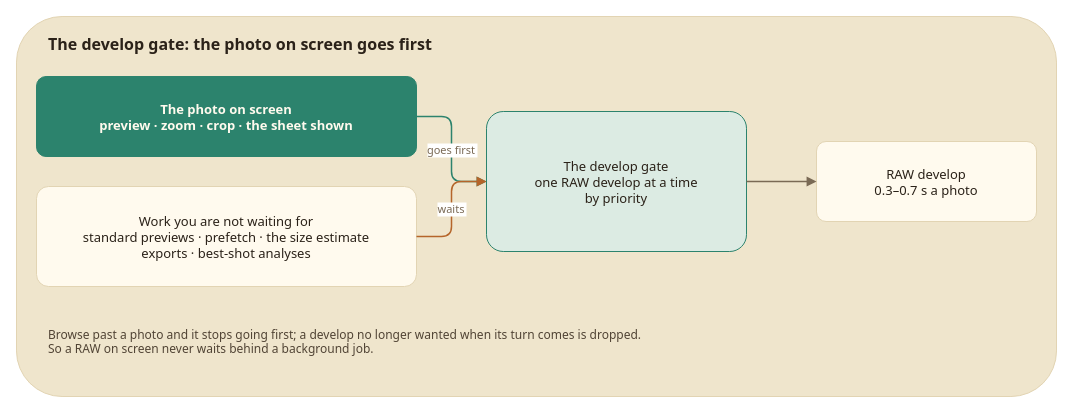
Earlier version of the draw.io diagram page "EN" (1 of 9) of docs/diagrams/develop-gate.drawio (hoangphi01/fotollection). Source tidied: cells renumbered, new cells numbered last; positions are measured from the earlier drawing's top-left corner, leaving out a move shared by most shapes. Both pictures are drawn from the tidied source at 100%, with x=0, y=0 at pixel (16, 16).
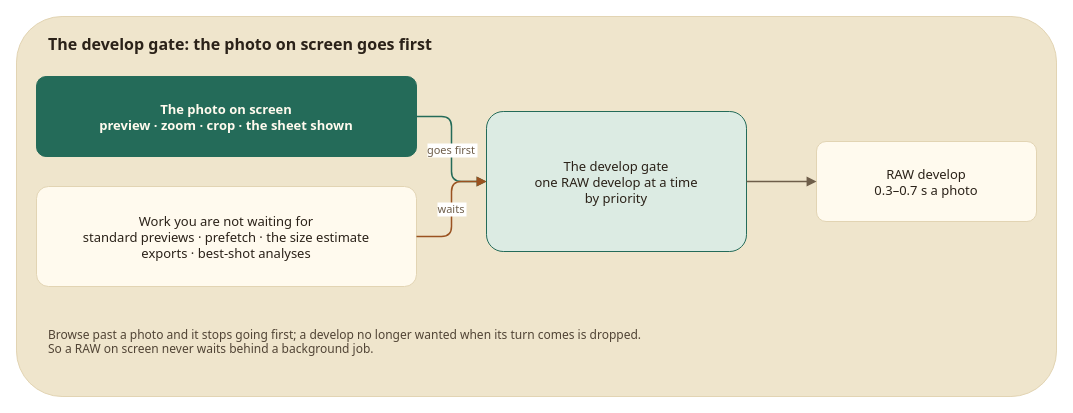
The same page after the edit.

The edit, as a diff of the source:
```diff
@@
 <mxGraphModel>
   <root>
     <mxCell id="0" />
     <mxCell id="1" parent="0" />
     <mxCell id="2" style="rounded=1;arcSize=12;whiteSpace=nowrap;html=0;fillColor=#efe5cc;strokeColor=#e2d4b3;fontColor=#2b2219;fontSize=13;fontFamily=system-ui,-apple-system,Segoe UI,sans-serif;align=center;verticalAlign=middle;spacingLeft=10;spacingRight=10;" parent="1" vertex="1">
       <mxGeometry width="1040" height="380" as="geometry" />
     </mxCell>
     <mxCell id="3" value="The develop gate: the photo on screen goes first" style="rounded=1;arcSize=12;whiteSpace=nowrap;html=0;fillColor=none;strokeColor=none;fontColor=#2b2219;fontSize=16;fontFamily=system-ui,-apple-system,Segoe UI,sans-serif;align=left;verticalAlign=middle;spacingLeft=10;spacingRight=10;fontStyle=1;" parent="1" vertex="1">
       <mxGeometry x="20" y="12" width="1000" height="30" as="geometry" />
     </mxCell>
-    <mxCell id="4" value="The photo on screen&#10;preview · zoom · crop · the sheet shown" style="rounded=1;arcSize=12;whiteSpace=nowrap;html=0;fillColor=#2c836d;strokeColor=#2c836d;fontColor=#fffaee;fontSize=13;fontFamily=system-ui,-apple-system,Segoe UI,sans-serif;align=center;verticalAlign=middle;spacingLeft=10;spacingRight=10;fontStyle=1;" parent="1" vertex="1">
+    <mxCell id="4" value="The photo on screen&#10;preview · zoom · crop · the sheet shown" style="rounded=1;arcSize=12;whiteSpace=nowrap;html=0;fillColor=#246b59;strokeColor=#246b59;fontColor=#fffaee;fontSize=13;fontFamily=system-ui,-apple-system,Segoe UI,sans-serif;align=center;verticalAlign=middle;spacingLeft=10;spacingRight=10;fontStyle=1;" parent="1" vertex="1">
       <mxGeometry x="20" y="60" width="380" height="80" as="geometry" />
     </mxCell>
     <mxCell id="5" value="Work you are not waiting for&#10;standard previews · prefetch · the size estimate&#10;exports · best-shot analyses" style="rounded=1;arcSize=12;whiteSpace=nowrap;html=0;fillColor=#fffaee;strokeColor=#e2d4b3;fontColor=#2b2219;fontSize=13;fontFamily=system-ui,-apple-system,Segoe UI,sans-serif;align=center;verticalAlign=middle;spacingLeft=10;spacingRight=10;" parent="1" vertex="1">
       <mxGeometry x="20" y="170" width="380" height="100" as="geometry" />
     </mxCell>
-    <mxCell id="6" value="The develop gate&#10;one RAW develop at a time&#10;by priority" style="rounded=1;arcSize=12;whiteSpace=nowrap;html=0;fillColor=#dcebe3;strokeColor=#2c836d;fontColor=#2b2219;fontSize=13;fontFamily=system-ui,-apple-system,Segoe UI,sans-serif;align=center;verticalAlign=middle;spacingLeft=10;spacingRight=10;" parent="1" vertex="1">
+    <mxCell id="6" value="The develop gate&#10;one RAW develop at a time&#10;by priority" style="rounded=1;arcSize=12;whiteSpace=nowrap;html=0;fillColor=#dcebe3;strokeColor=#246b59;fontColor=#2b2219;fontSize=13;fontFamily=system-ui,-apple-system,Segoe UI,sans-serif;align=center;verticalAlign=middle;spacingLeft=10;spacingRight=10;" parent="1" vertex="1">
       <mxGeometry x="470" y="95" width="260" height="140" as="geometry" />
     </mxCell>
     <mxCell id="7" value="RAW develop&#10;0.3–0.7 s a photo" style="rounded=1;arcSize=12;whiteSpace=nowrap;html=0;fillColor=#fffaee;strokeColor=#e2d4b3;fontColor=#2b2219;fontSize=13;fontFamily=system-ui,-apple-system,Segoe UI,sans-serif;align=center;verticalAlign=middle;spacingLeft=10;spacingRight=10;" parent="1" vertex="1">
       <mxGeometry x="800" y="125" width="220" height="80" as="geometry" />
     </mxCell>
-    <mxCell id="8" value="goes first" style="edgeStyle=orthogonalEdgeStyle;rounded=1;html=0;endArrow=block;endFill=1;strokeColor=#2c836d;strokeWidth=1.5;fontColor=#7a6a55;fontSize=11;fontFamily=system-ui,-apple-system,Segoe UI,sans-serif;" parent="1" edge="1" source="4" target="6">
+    <mxCell id="8" value="goes first" style="edgeStyle=orthogonalEdgeStyle;rounded=1;html=0;endArrow=block;endFill=1;strokeColor=#246b59;strokeWidth=1.5;fontColor=#6e5e4a;fontSize=11;fontFamily=system-ui,-apple-system,Segoe UI,sans-serif;" parent="1" edge="1" source="4" target="6">
       <mxGeometry relative="1" as="geometry" />
     </mxCell>
-    <mxCell id="9" value="waits" style="edgeStyle=orthogonalEdgeStyle;rounded=1;html=0;endArrow=block;endFill=1;strokeColor=#b5652a;strokeWidth=1.5;fontColor=#7a6a55;fontSize=11;fontFamily=system-ui,-apple-system,Segoe UI,sans-serif;" parent="1" edge="1" source="5" target="6">
+    <mxCell id="9" value="waits" style="edgeStyle=orthogonalEdgeStyle;rounded=1;html=0;endArrow=block;endFill=1;strokeColor=#9a5220;strokeWidth=1.5;fontColor=#6e5e4a;fontSize=11;fontFamily=system-ui,-apple-system,Segoe UI,sans-serif;" parent="1" edge="1" source="5" target="6">
       <mxGeometry relative="1" as="geometry" />
     </mxCell>
-    <mxCell id="10" style="edgeStyle=orthogonalEdgeStyle;rounded=1;html=0;endArrow=block;endFill=1;strokeColor=#7a6a55;strokeWidth=1.5;fontColor=#7a6a55;fontSize=11;fontFamily=system-ui,-apple-system,Segoe UI,sans-serif;" parent="1" edge="1" source="6" target="7">
+    <mxCell id="10" style="edgeStyle=orthogonalEdgeStyle;rounded=1;html=0;endArrow=block;endFill=1;strokeColor=#6e5e4a;strokeWidth=1.5;fontColor=#6e5e4a;fontSize=11;fontFamily=system-ui,-apple-system,Segoe UI,sans-serif;" parent="1" edge="1" source="6" target="7">
       <mxGeometry relative="1" as="geometry" />
     </mxCell>
     <mxCell id="11" value="Browse past a photo and it stops going first; a develop no longer wanted when its turn comes is dropped.&#10;So a RAW on screen never waits behind a background job." style="rounded=1;arcSize=12;whiteSpace=nowrap;html=0;fillColor=none;strokeColor=none;fontColor=#514435;fontSize=12;fontFamily=system-ui,-apple-system,Segoe UI,sans-serif;align=left;verticalAlign=middle;spacingLeft=10;spacingRight=10;" parent="1" vertex="1">
       <mxGeometry x="20" y="290" width="1000" height="70" as="geometry" />
     </mxCell>
   </root>
 </mxGraphModel>
```
